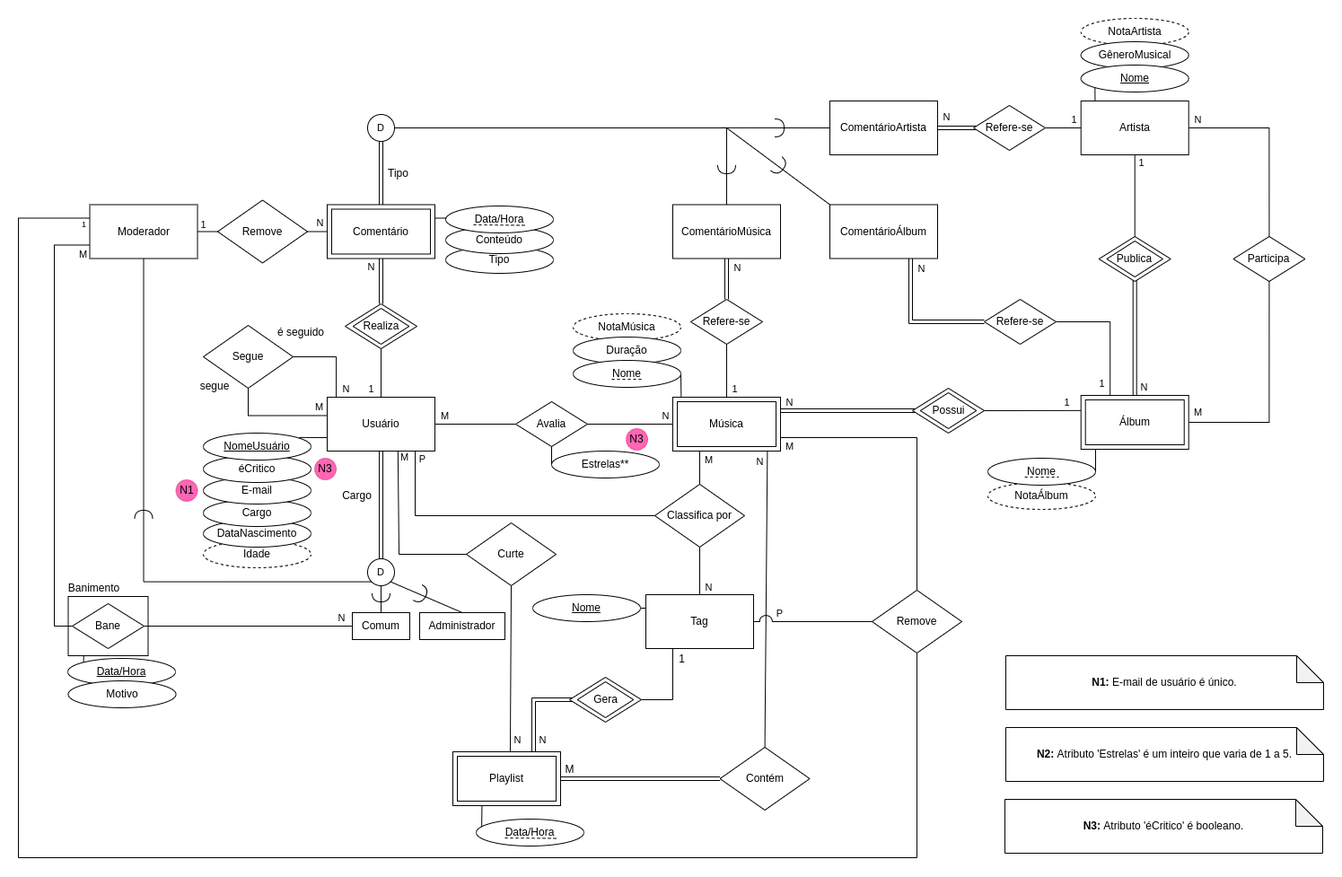
Earlier version of the draw.io export Rotten-Lemons-MER.png (natan-dot-com/Rotten-Lemons). Source tidied: cells renumbered, new cells last; positions are measured from the earlier drawing's top-left corner, leaving out a move shared by most shapes.
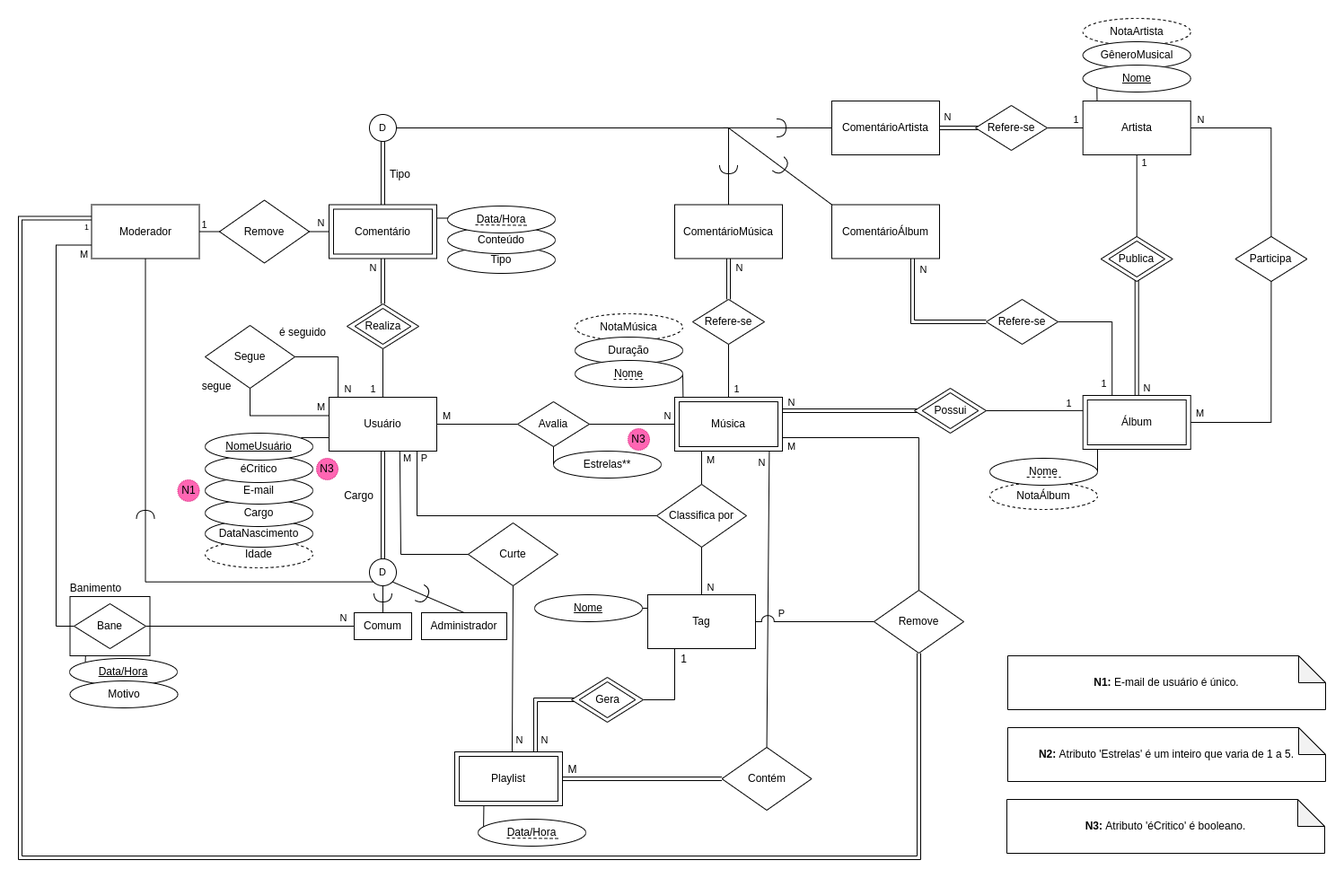
The same file after the commit.

Change to the diagram source:
```diff
@@ -400,7 +400,7 @@
     <mxCell id="111" value="M" style="edgeStyle=orthogonalEdgeStyle;rounded=0;jettySize=auto;html=1;exitX=0;exitY=0.75;exitDx=0;exitDy=0;entryX=0;entryY=0.5;entryDx=0;entryDy=0;endArrow=none;endFill=0;strokeWidth=1;" parent="1" edge="1" source="114" target="151">
       <mxGeometry x="-0.97" y="10" relative="1" as="geometry" />
     </mxCell>
-    <mxCell id="112" style="edgeStyle=orthogonalEdgeStyle;rounded=0;jumpStyle=arc;jettySize=auto;html=1;exitX=0;exitY=0.25;exitDx=0;exitDy=0;entryX=0.5;entryY=1;entryDx=0;entryDy=0;fontSize=12;endArrow=none;endFill=0;" parent="1" edge="1" source="114" target="156">
+    <mxCell id="112" style="edgeStyle=orthogonalEdgeStyle;rounded=0;jumpStyle=arc;jettySize=auto;html=1;exitX=0;exitY=0.25;exitDx=0;exitDy=0;entryX=0.5;entryY=1;entryDx=0;entryDy=0;fontSize=12;endArrow=none;endFill=0;shape=link;" parent="1" edge="1" source="114" target="156">
       <mxGeometry relative="1" as="geometry">
         <Array as="points">
           <mxPoint y="223" />
@@ -411,7 +411,7 @@
     </mxCell>
     <mxCell id="113" value="1" style="edgeLabel;html=1;align=center;verticalAlign=middle;fontSize=9;" parent="112" vertex="1">
       <mxGeometry x="-0.98" y="-1" relative="1" as="geometry">
-        <mxPoint x="10" y="8" as="offset" />
+        <mxPoint x="10" y="11" as="offset" />
       </mxGeometry>
     </mxCell>
     <mxCell id="114" value="&lt;div&gt;Moderador&lt;/div&gt;" style="rounded=0;whiteSpace=wrap;html=1;" parent="1" vertex="1">
```
